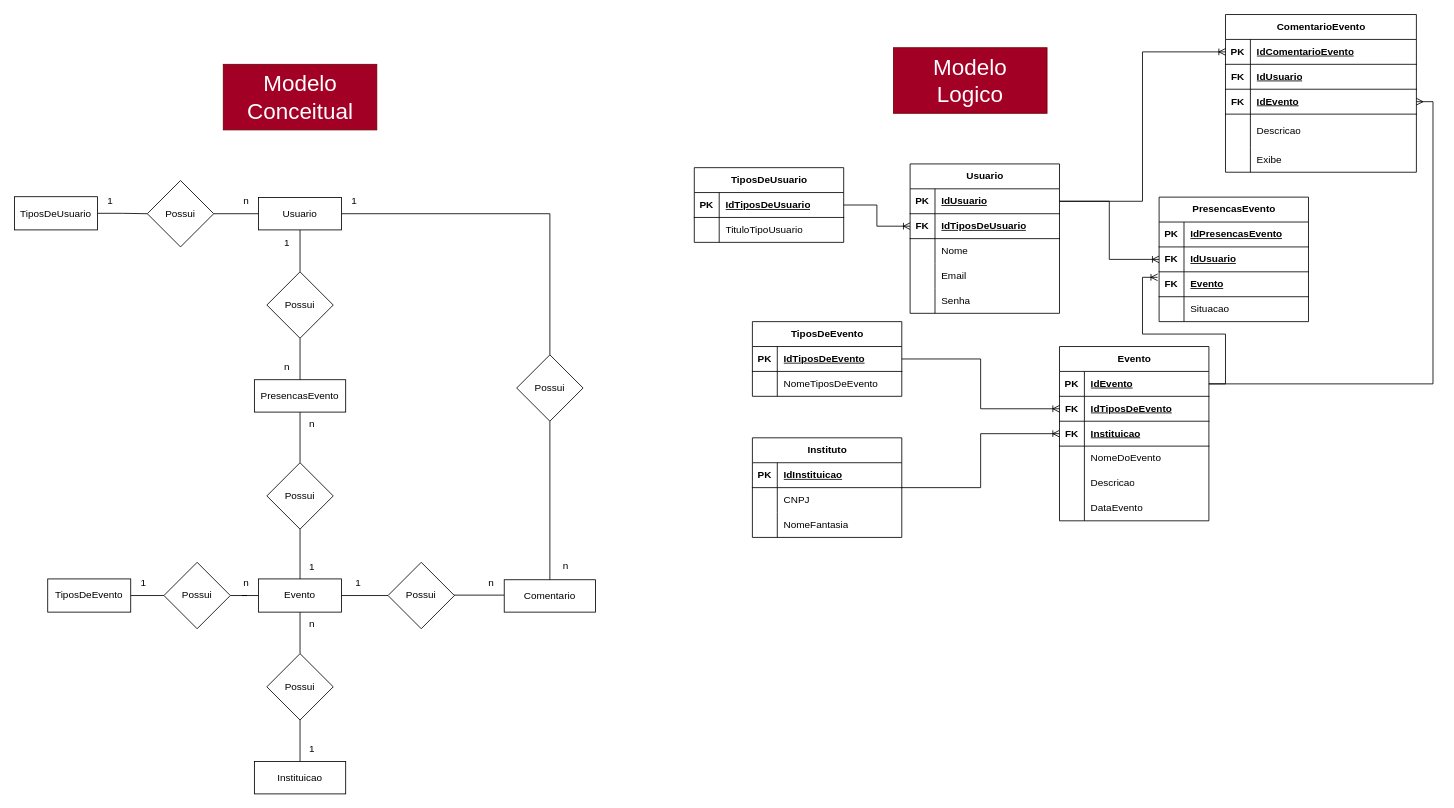
This is Event+.drawio from AlbatrozPyt/Event_Plus, a draw.io file, before an edit. Source tidied: cells renumbered, new cells numbered last; positions are measured from the earlier drawing's top-left corner, leaving out a move shared by most shapes. Both pictures are drawn from the tidied source at 83%, with x=0, y=0 at pixel (14, 14).
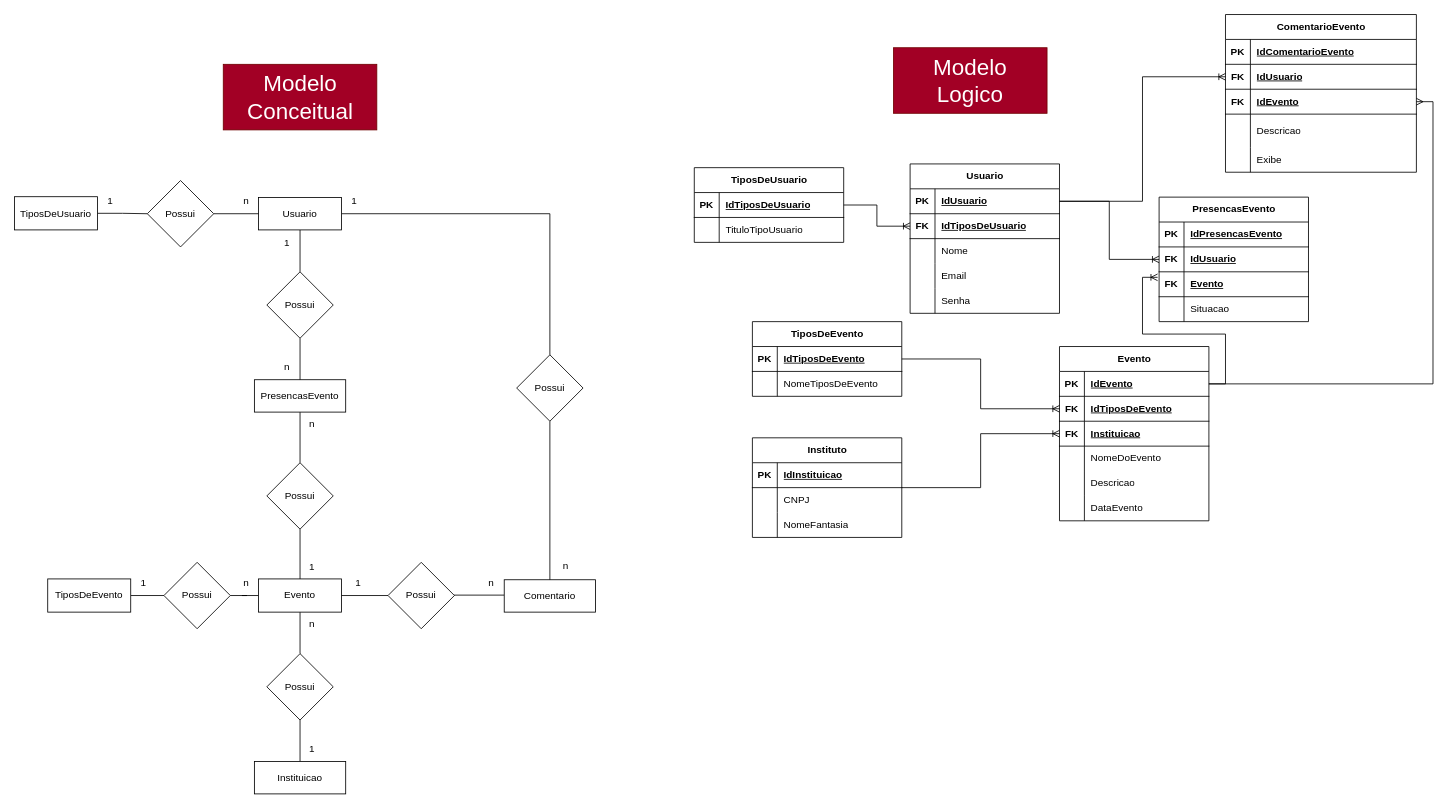
Above is the later version.

The change refers to these unchanged cells:
```xml
<mxCell id="53" style="shape=tableRow;horizontal=0;startSize=0;swimlaneHead=0;swimlaneBody=0;fillColor=none;points=[[0,0.5],[1,0.5]];portConstraint=eastwest;top=0;left=0;right=0;bottom=1;" parent="52" vertex="1">
  <mxGeometry y="30" width="180" height="30" as="geometry" />
</mxCell>
<mxCell id="123" style="shape=tableRow;horizontal=0;startSize=0;swimlaneHead=0;swimlaneBody=0;fillColor=none;points=[[0,0.5],[1,0.5]];portConstraint=eastwest;top=0;left=0;right=0;bottom=1;" parent="122" vertex="1">
  <mxGeometry y="30" width="230" height="30" as="geometry" />
</mxCell>
<mxCell id="126" style="shape=tableRow;horizontal=0;startSize=0;swimlaneHead=0;swimlaneBody=0;fillColor=none;points=[[0,0.5],[1,0.5]];portConstraint=eastwest;top=0;left=0;right=0;bottom=1;" parent="122" vertex="1">
  <mxGeometry y="60" width="230" height="30" as="geometry" />
</mxCell>
```

The edit, as a diff of the source:
```diff
@@
-    <mxCell id="138" style="edgeStyle=orthogonalEdgeStyle;rounded=0;jettySize=auto;html=1;entryX=0;entryY=0.5;entryDx=0;entryDy=0;endArrow=ERoneToMany;endFill=0;" parent="1" edge="1" source="53" target="123">
+    <mxCell id="138" style="edgeStyle=orthogonalEdgeStyle;rounded=0;jettySize=auto;html=1;entryX=0;entryY=0.5;entryDx=0;entryDy=0;endArrow=ERoneToMany;endFill=0;" parent="1" edge="1" source="53" target="126">
       <mxGeometry relative="1" as="geometry" />
     </mxCell>
```
